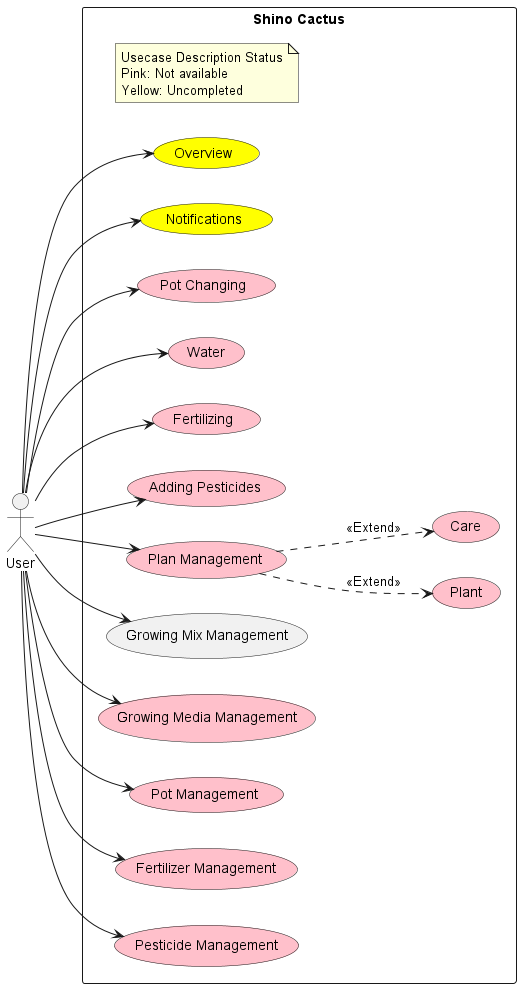
Earlier version of the PlantUML export out/UML/Concept/Usecase.png (Shinodari/CactusMan-Analysis).
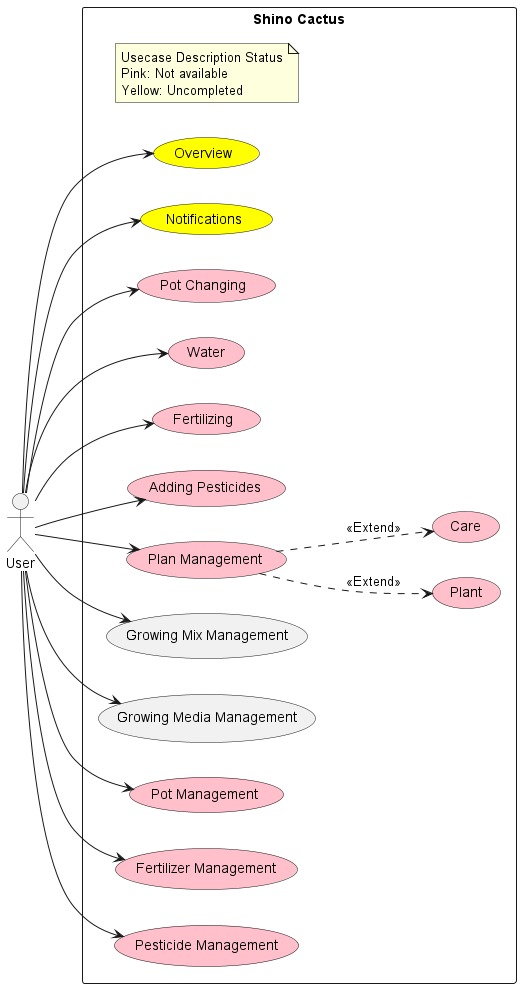
Later version of the same file.

Commit message:
feat(usecase & des 2.2): first growing media management

Diff of the diagram source:
```diff
@@ -14,12 +14,11 @@
     usecase Plant #pink
     usecase Care #pink
     usecase "Growing Mix Management" as GXM
-    usecase "Growing Media Management" as GMM #pink
+    usecase "Growing Media Management" as GMM
     usecase "Pot Management" as PotM #pink
     usecase "Fertilizer Management" as FertilizerM #pink
     usecase "Pesticide Management" as PesticideM #pink
 }
-
 
 User --> Overview
 User --> Notifications
```
